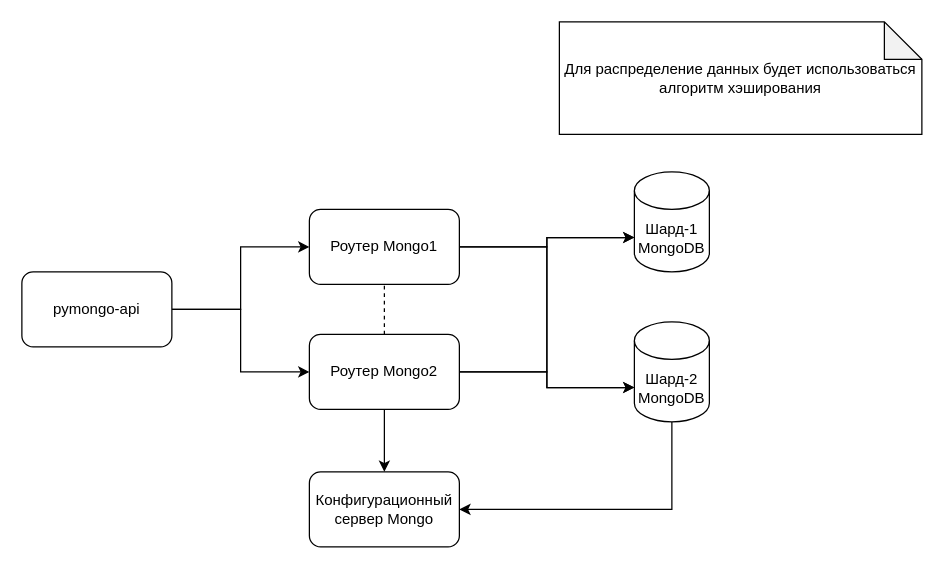
Above: page "1step" (2 of 4) of task1.drawio in schnack/architecture-sprint-2 (draw.io), before the change. Source tidied: cells renumbered, new cells numbered last; positions are measured from the earlier drawing's top-left corner, leaving out a move shared by most shapes. Both pictures are drawn from the tidied source at 125%, with x=0, y=0 at pixel (21, 21).
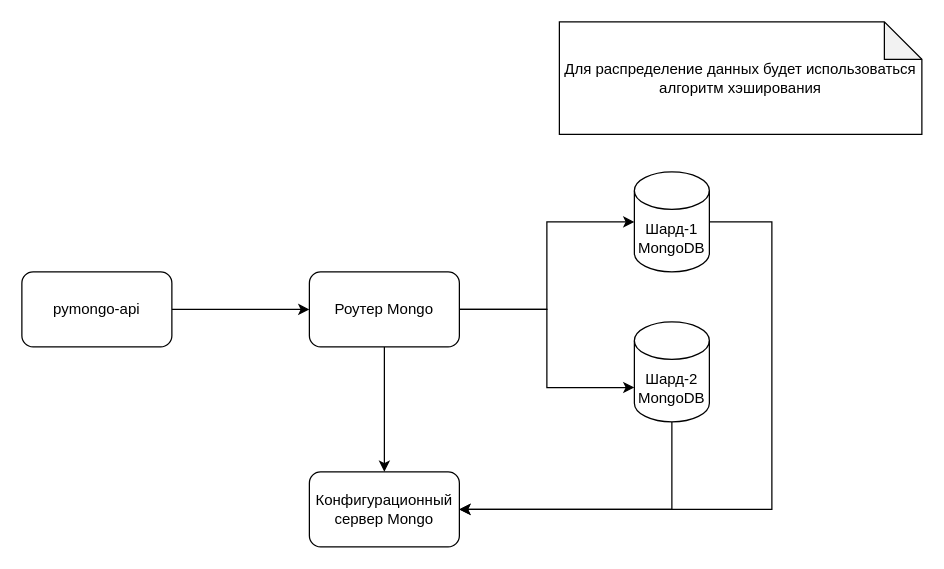
The same diagram, later.

What changed in the source:
```diff
@@
 <mxGraphModel>
   <root>
     <mxCell id="0" />
     <mxCell id="1" parent="0" />
     <mxCell id="2" style="edgeStyle=orthogonalEdgeStyle;rounded=0;jettySize=auto;html=1;entryX=1;entryY=0.5;entryDx=0;entryDy=0;" parent="1" edge="1" source="3" target="7">
       <mxGeometry relative="1" as="geometry">
         <Array as="points">
           <mxPoint x="520" y="390" />
         </Array>
       </mxGeometry>
     </mxCell>
     <mxCell id="3" value="Шард-2&lt;div&gt;MongoDB&lt;/div&gt;" style="shape=cylinder3;whiteSpace=wrap;html=1;boundedLbl=1;backgroundOutline=1;size=15;" parent="1" vertex="1">
       <mxGeometry x="490" y="240" width="60" height="80" as="geometry" />
     </mxCell>
     <mxCell id="4" style="edgeStyle=orthogonalEdgeStyle;rounded=0;jettySize=auto;html=1;entryX=0;entryY=0.5;entryDx=0;entryDy=0;" parent="1" edge="1" source="6" target="11">
       <mxGeometry relative="1" as="geometry" />
     </mxCell>
-    <mxCell id="5" style="edgeStyle=orthogonalEdgeStyle;rounded=0;jettySize=auto;html=1;entryX=0;entryY=0.5;entryDx=0;entryDy=0;" parent="1" edge="1" source="6" target="10">
-      <mxGeometry relative="1" as="geometry" />
-    </mxCell>
     <mxCell id="6" value="pymongo-api" style="rounded=1;whiteSpace=wrap;html=1;" parent="1" vertex="1">
       <mxGeometry y="200" width="120" height="60" as="geometry" />
     </mxCell>
     <mxCell id="7" value="Конфигурационный сервер Mongo" style="rounded=1;whiteSpace=wrap;html=1;" parent="1" vertex="1">
       <mxGeometry x="230" y="360" width="120" height="60" as="geometry" />
     </mxCell>
-    <mxCell id="8" style="edgeStyle=orthogonalEdgeStyle;rounded=0;jettySize=auto;html=1;entryX=0.5;entryY=1;entryDx=0;entryDy=0;endArrow=none;endFill=0;dashed=1;" parent="1" edge="1" source="10" target="11">
-      <mxGeometry relative="1" as="geometry" />
-    </mxCell>
-    <mxCell id="9" style="edgeStyle=orthogonalEdgeStyle;rounded=0;jettySize=auto;html=1;" parent="1" edge="1" source="10" target="7">
+    <mxCell id="9" style="edgeStyle=orthogonalEdgeStyle;rounded=0;jettySize=auto;html=1;exitX=0.5;exitY=1;exitDx=0;exitDy=0;" parent="1" edge="1" source="11" target="7">
       <mxGeometry relative="1" as="geometry" />
     </mxCell>
-    <mxCell id="10" value="Роутер Mongo2" style="rounded=1;whiteSpace=wrap;html=1;" parent="1" vertex="1">
-      <mxGeometry x="230" y="250" width="120" height="60" as="geometry" />
-    </mxCell>
-    <mxCell id="11" value="Роутер Mongo1" style="rounded=1;whiteSpace=wrap;html=1;" parent="1" vertex="1">
-      <mxGeometry x="230" y="150" width="120" height="60" as="geometry" />
+    <mxCell id="11" value="Роутер Mongo" style="rounded=1;whiteSpace=wrap;html=1;" parent="1" vertex="1">
+      <mxGeometry x="230" y="200" width="120" height="60" as="geometry" />
     </mxCell>
+    <mxCell id="18" style="edgeStyle=orthogonalEdgeStyle;rounded=0;jettySize=auto;html=1;entryX=1;entryY=0.5;entryDx=0;entryDy=0;" parent="1" edge="1" source="12" target="7">
+      <mxGeometry relative="1" as="geometry">
+        <Array as="points">
+          <mxPoint x="600" y="160" />
+          <mxPoint x="600" y="390" />
+        </Array>
+      </mxGeometry>
+    </mxCell>
     <mxCell id="12" value="Шард-1 MongoDB" style="shape=cylinder3;whiteSpace=wrap;html=1;boundedLbl=1;backgroundOutline=1;size=15;" parent="1" vertex="1">
       <mxGeometry x="490" y="120" width="60" height="80" as="geometry" />
     </mxCell>
+    <mxCell id="17" value="Для распределение данных будет использоваться алгоритм хэширования" style="shape=note;whiteSpace=wrap;html=1;backgroundOutline=1;darkOpacity=0.05;" parent="1" vertex="1">
+      <mxGeometry x="430" width="290" height="90" as="geometry" />
+    </mxCell>
-    <mxCell id="13" style="edgeStyle=orthogonalEdgeStyle;rounded=0;jettySize=auto;html=1;entryX=0;entryY=0;entryDx=0;entryDy=52.5;entryPerimeter=0;" parent="1" edge="1" source="11" target="12">
+    <mxCell id="13" style="edgeStyle=orthogonalEdgeStyle;rounded=0;jettySize=auto;html=1;entryX=0;entryY=0.5;entryDx=0;entryDy=0;entryPerimeter=0;" parent="1" edge="1" source="11" target="12">
       <mxGeometry relative="1" as="geometry" />
     </mxCell>
-    <mxCell id="14" style="edgeStyle=orthogonalEdgeStyle;rounded=0;jettySize=auto;html=1;entryX=0;entryY=0;entryDx=0;entryDy=52.5;entryPerimeter=0;" parent="1" edge="1" source="10" target="3">
-      <mxGeometry relative="1" as="geometry" />
-    </mxCell>
-    <mxCell id="15" style="edgeStyle=orthogonalEdgeStyle;rounded=0;jettySize=auto;html=1;entryX=0;entryY=0;entryDx=0;entryDy=52.5;entryPerimeter=0;" parent="1" edge="1" source="10" target="12">
-      <mxGeometry relative="1" as="geometry" />
-    </mxCell>
     <mxCell id="16" style="edgeStyle=orthogonalEdgeStyle;rounded=0;jettySize=auto;html=1;entryX=0;entryY=0;entryDx=0;entryDy=52.5;entryPerimeter=0;" parent="1" edge="1" source="11" target="3">
       <mxGeometry relative="1" as="geometry" />
     </mxCell>
-    <mxCell id="17" value="Для распределение данных будет использоваться алгоритм хэширования" style="shape=note;whiteSpace=wrap;html=1;backgroundOutline=1;darkOpacity=0.05;" parent="1" vertex="1">
-      <mxGeometry x="430" width="290" height="90" as="geometry" />
-    </mxCell>
   </root>
 </mxGraphModel>
```
